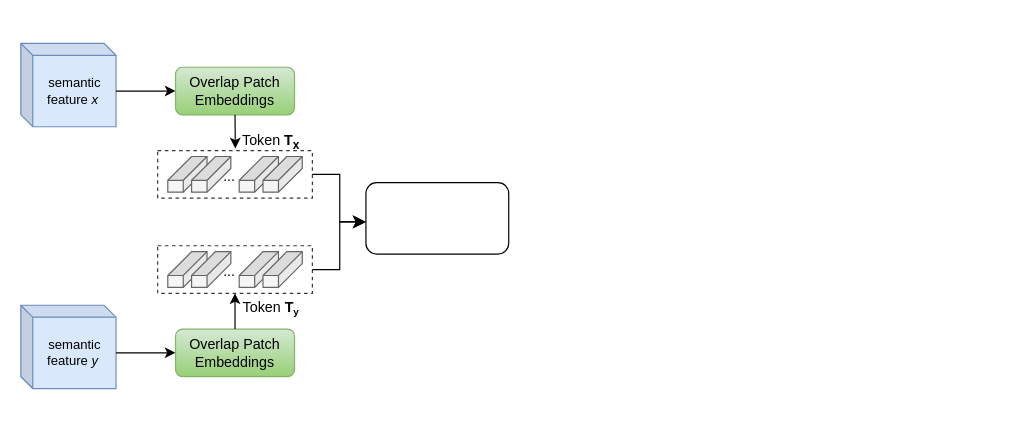
ZZH86/Java_learn keeps this draw.io diagram as 未命名绘图.drawio. Above is the earlier version. Source tidied: cells renumbered, new cells numbered last; positions are measured from the earlier drawing's top-left corner, leaving out a move shared by most shapes. Both pictures are drawn from the tidied source at 119%, with x=0, y=0 at pixel (20, 43).
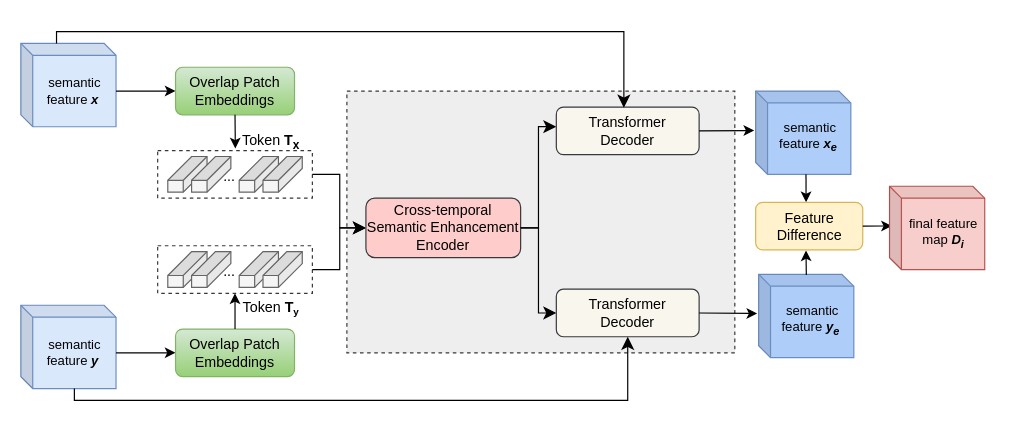
The same page after the edit.

The change refers to these unchanged cells:
```xml
<mxCell id="4" style="shape=cube;whiteSpace=wrap;html=1;boundedLbl=1;backgroundOutline=1;darkOpacity=0.05;darkOpacity2=0.1;size=10;fillColor=#dae8fc;strokeColor=#6c8ebf;" parent="1" vertex="1">
  <mxGeometry y="220" width="80" height="70" as="geometry" />
</mxCell>
<mxCell id="12" style="rounded=0;whiteSpace=wrap;html=1;strokeColor=#393838;dashed=1;" parent="1" vertex="1">
  <mxGeometry x="115" y="90" width="130" height="40" as="geometry" />
</mxCell>
<mxCell id="18" style="rounded=0;whiteSpace=wrap;html=1;strokeColor=#393838;dashed=1;" parent="1" vertex="1">
  <mxGeometry x="115" y="170" width="130" height="40" as="geometry" />
</mxCell>
```

Change to the diagram source:
```diff
@@
+    <mxCell id="29" style="rounded=0;whiteSpace=wrap;html=1;fillColor=#eeeeee;strokeColor=#36393d;dashed=1;" parent="1" vertex="1">
+      <mxGeometry x="274" y="40" width="326" height="220" as="geometry" />
+    </mxCell>
@@
-    <mxCell id="3" value="&lt;font style=&quot;font-size: 11px;&quot;&gt;semantic &lt;br&gt;feature &lt;i&gt;x&lt;/i&gt;&amp;nbsp;&lt;/font&gt;" style="text;html=1;align=center;verticalAlign=middle;strokeColor=none;fillColor=none;fontSize=7;" parent="1" vertex="1">
+    <mxCell id="3" value="&lt;font style=&quot;font-size: 11px;&quot;&gt;semantic &lt;br&gt;feature &lt;b&gt;&lt;i&gt;x&lt;/i&gt;&lt;/b&gt;&amp;nbsp;&lt;/font&gt;" style="text;html=1;align=center;verticalAlign=middle;strokeColor=none;fillColor=none;fontSize=7;" parent="1" vertex="1">
       <mxGeometry x="10" y="20" width="70" height="40" as="geometry" />
     </mxCell>
@@
-    <mxCell id="5" value="&lt;font style=&quot;font-size: 11px;&quot;&gt;semantic &lt;br&gt;feature &lt;i&gt;y&lt;/i&gt;&amp;nbsp;&lt;/font&gt;" style="text;html=1;align=center;verticalAlign=middle;strokeColor=none;fillColor=none;fontSize=7;" parent="1" vertex="1">
+    <mxCell id="5" value="&lt;font style=&quot;font-size: 11px;&quot;&gt;semantic &lt;br&gt;feature &lt;b&gt;&lt;i&gt;y&lt;/i&gt;&lt;/b&gt;&amp;nbsp;&lt;/font&gt;" style="text;html=1;align=center;verticalAlign=middle;strokeColor=none;fillColor=none;fontSize=7;" parent="1" vertex="1">
       <mxGeometry x="10" y="240" width="70" height="40" as="geometry" />
     </mxCell>
@@
-    <mxCell id="26" style="edgeStyle=elbowEdgeStyle;endArrow=classic;html=1;rounded=0;endSize=8;startSize=8;exitX=1;exitY=0.5;exitDx=0;exitDy=0;" parent="1" edge="1" source="12">
-      <mxGeometry relative="1" as="geometry">
-        <mxPoint x="290" y="150" as="targetPoint" />
-      </mxGeometry>
+    <mxCell id="26" style="edgeStyle=elbowEdgeStyle;endArrow=classic;html=1;rounded=0;endSize=8;startSize=8;exitX=1;exitY=0.5;exitDx=0;exitDy=0;entryX=0;entryY=0.5;entryDx=0;entryDy=0;" parent="1" edge="1" source="12" target="28">
+      <mxGeometry relative="1" as="geometry" />
     </mxCell>
-    <mxCell id="27" style="edgeStyle=elbowEdgeStyle;endArrow=classic;html=1;rounded=0;endSize=8;startSize=8;exitX=1;exitY=0.5;exitDx=0;exitDy=0;" parent="1" edge="1" source="18">
-      <mxGeometry relative="1" as="geometry">
-        <mxPoint x="290" y="150" as="targetPoint" />
-      </mxGeometry>
+    <mxCell id="27" style="edgeStyle=elbowEdgeStyle;endArrow=classic;html=1;rounded=0;endSize=8;startSize=8;exitX=1;exitY=0.5;exitDx=0;exitDy=0;entryX=0;entryY=0.5;entryDx=0;entryDy=0;" parent="1" edge="1" source="18" target="28">
+      <mxGeometry relative="1" as="geometry" />
     </mxCell>
-    <mxCell id="28" style="rounded=1;whiteSpace=wrap;html=1;" parent="1" vertex="1">
-      <mxGeometry x="290" y="117" width="120" height="60" as="geometry" />
+    <mxCell id="28" value="Cross-temporal Semantic Enhancement Encoder" style="rounded=1;whiteSpace=wrap;html=1;fillColor=#ffcccc;strokeColor=#36393d;" parent="1" vertex="1">
+      <mxGeometry x="290" y="130" width="130" height="50" as="geometry" />
     </mxCell>
+    <mxCell id="30" style="edgeStyle=elbowEdgeStyle;endArrow=classic;html=1;rounded=0;endSize=8;startSize=8;exitX=1;exitY=0.5;exitDx=0;exitDy=0;entryX=0.54;entryY=0.136;entryDx=0;entryDy=0;entryPerimeter=0;" parent="1" edge="1" source="28" target="29">
+      <mxGeometry relative="1" as="geometry" />
+    </mxCell>
+    <mxCell id="31" style="edgeStyle=elbowEdgeStyle;endArrow=classic;html=1;rounded=0;endSize=8;startSize=8;exitX=1;exitY=0.5;exitDx=0;exitDy=0;entryX=0;entryY=0.5;entryDx=0;entryDy=0;" parent="1" edge="1" source="28" target="33">
+      <mxGeometry relative="1" as="geometry" />
+    </mxCell>
+    <mxCell id="32" value="Transformer&lt;br&gt;Decoder" style="rounded=1;whiteSpace=wrap;html=1;fillColor=#f9f7ed;strokeColor=#36393d;" parent="1" vertex="1">
+      <mxGeometry x="450" y="53.5" width="120" height="40" as="geometry" />
+    </mxCell>
+    <mxCell id="33" value="Transformer&lt;br&gt;Decoder" style="rounded=1;whiteSpace=wrap;html=1;fillColor=#f9f7ed;strokeColor=#36393d;" parent="1" vertex="1">
+      <mxGeometry x="450" y="206.5" width="120" height="40" as="geometry" />
+    </mxCell>
+    <mxCell id="34" style="edgeStyle=elbowEdgeStyle;elbow=vertical;endArrow=classic;html=1;curved=0;rounded=0;endSize=8;startSize=8;entryX=0.473;entryY=0.013;entryDx=0;entryDy=0;entryPerimeter=0;" parent="1" edge="1" target="32">
+      <mxGeometry relative="1" as="geometry">
+        <mxPoint x="30" as="sourcePoint" />
+        <Array as="points">
+          <mxPoint x="260" y="-10" />
+        </Array>
+      </mxGeometry>
+    </mxCell>
+    <mxCell id="35" style="edgeStyle=elbowEdgeStyle;elbow=vertical;endArrow=classic;html=1;curved=0;rounded=0;endSize=8;startSize=8;entryX=0.5;entryY=1;entryDx=0;entryDy=0;exitX=0;exitY=0;exitDx=45;exitDy=70;exitPerimeter=0;" parent="1" edge="1" source="4" target="33">
+      <mxGeometry relative="1" as="geometry">
+        <Array as="points">
+          <mxPoint x="280" y="300" />
+        </Array>
+      </mxGeometry>
+    </mxCell>
+    <mxCell id="36" style="shape=cube;whiteSpace=wrap;html=1;boundedLbl=1;backgroundOutline=1;darkOpacity=0.05;darkOpacity2=0.1;size=10;fillColor=#aecdf9;strokeColor=#6c8ebf;" parent="1" vertex="1">
+      <mxGeometry x="617.5" y="40" width="80" height="70" as="geometry" />
+    </mxCell>
+    <mxCell id="37" style="shape=cube;whiteSpace=wrap;html=1;boundedLbl=1;backgroundOutline=1;darkOpacity=0.05;darkOpacity2=0.1;size=10;fillColor=#aecdf9;strokeColor=#6c8ebf;" parent="1" vertex="1">
+      <mxGeometry x="620" y="194" width="80" height="70" as="geometry" />
+    </mxCell>
+    <mxCell id="38" style="endArrow=classic;html=1;rounded=0;exitX=1;exitY=0.5;exitDx=0;exitDy=0;entryX=-0.015;entryY=0.474;entryDx=0;entryDy=0;entryPerimeter=0;" parent="1" edge="1" source="32" target="36">
+      <mxGeometry relative="1" as="geometry" />
+    </mxCell>
+    <mxCell id="39" style="endArrow=classic;html=1;rounded=0;exitX=1;exitY=0.5;exitDx=0;exitDy=0;entryX=-0.015;entryY=0.471;entryDx=0;entryDy=0;entryPerimeter=0;" parent="1" edge="1" source="33" target="37">
+      <mxGeometry relative="1" as="geometry" />
+    </mxCell>
+    <mxCell id="40" value="&lt;font style=&quot;font-size: 11px;&quot;&gt;semantic &lt;br&gt;feature &lt;i&gt;&lt;b&gt;x&lt;sub&gt;e&lt;/sub&gt;&lt;/b&gt;&lt;/i&gt;&amp;nbsp;&lt;/font&gt;" style="text;html=1;align=center;verticalAlign=middle;strokeColor=none;fillColor=none;fontSize=7;" parent="1" vertex="1">
+      <mxGeometry x="622.5" y="53.5" width="80" height="50" as="geometry" />
+    </mxCell>
+    <mxCell id="41" value="&lt;font style=&quot;font-size: 11px;&quot;&gt;semantic &lt;br&gt;feature &lt;b&gt;&lt;i&gt;y&lt;/i&gt;&lt;/b&gt;&lt;i&gt;&lt;b&gt;&lt;sub&gt;e&lt;/sub&gt;&lt;/b&gt;&lt;/i&gt;&amp;nbsp;&lt;/font&gt;" style="text;html=1;align=center;verticalAlign=middle;strokeColor=none;fillColor=none;fontSize=7;" parent="1" vertex="1">
+      <mxGeometry x="625" y="207.5" width="80" height="50" as="geometry" />
+    </mxCell>
+    <mxCell id="42" style="endArrow=classic;html=1;rounded=0;exitX=0;exitY=0;exitDx=45;exitDy=70;exitPerimeter=0;entryX=0.471;entryY=-0.002;entryDx=0;entryDy=0;entryPerimeter=0;" parent="1" edge="1" target="44">
+      <mxGeometry relative="1" as="geometry">
+        <mxPoint x="659.8" y="110" as="sourcePoint" />
+      </mxGeometry>
+    </mxCell>
+    <mxCell id="43" style="endArrow=classic;html=1;rounded=0;exitX=0.501;exitY=0.008;exitDx=0;exitDy=0;exitPerimeter=0;entryX=0.47;entryY=1.011;entryDx=0;entryDy=0;entryPerimeter=0;" parent="1" edge="1" source="37" target="44">
+      <mxGeometry relative="1" as="geometry" />
+    </mxCell>
+    <mxCell id="44" value="Feature Difference" style="rounded=1;whiteSpace=wrap;html=1;fillColor=#fff2cc;strokeColor=#d6b656;" parent="1" vertex="1">
+      <mxGeometry x="617.5" y="133.5" width="90" height="40" as="geometry" />
+    </mxCell>
+    <mxCell id="45" style="endArrow=classic;html=1;rounded=0;exitX=1;exitY=0.5;exitDx=0;exitDy=0;entryX=0.025;entryY=0.477;entryDx=0;entryDy=0;entryPerimeter=0;" parent="1" edge="1" source="44" target="46">
+      <mxGeometry relative="1" as="geometry" />
+    </mxCell>
+    <mxCell id="46" style="shape=cube;whiteSpace=wrap;html=1;boundedLbl=1;backgroundOutline=1;darkOpacity=0.05;darkOpacity2=0.1;size=10;fillColor=#f8cecc;strokeColor=#b85450;" parent="1" vertex="1">
+      <mxGeometry x="730" y="120" width="80" height="70" as="geometry" />
+    </mxCell>
+    <mxCell id="47" value="&lt;font style=&quot;font-size: 11px;&quot;&gt;final feature &lt;br&gt;map &lt;b&gt;&lt;i&gt;D&lt;sub&gt;i&lt;/sub&gt;&lt;/i&gt;&lt;/b&gt;&lt;/font&gt;" style="text;html=1;align=center;verticalAlign=middle;strokeColor=none;fillColor=none;fontSize=7;" parent="1" vertex="1">
+      <mxGeometry x="730" y="135" width="90" height="50" as="geometry" />
+    </mxCell>
```
